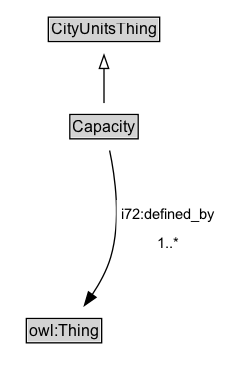
ISO-TC204/ontology-cdm-p1-v1 keeps this Graphviz diagram as docs/diagrams/Capacity.dot.png. Above is the earlier version. Its source is kept beside it as docs/diagrams/Capacity.dot. Source of this version:
```dot
digraph {
	graph [overlap=false rankdir=TB splines=true]
	node [fontname=Arial fontsize=12 margin=0 shape=none]
	edge [fontname=Arial fontsize=11]
	{
		rank=source
		CityUnitsThing [label=<<TABLE BORDER="1" CELLBORDER="0" CELLSPACING="0" CELLPADDING="1"><TR><TD BGCOLOR="lightgray" ALIGN="CENTER">CityUnitsThing</TD></TR></TABLE>> URL="../CityUnitsThing" margin=0]
	}
	Capacity [label=<<TABLE BORDER="1" CELLBORDER="0" CELLSPACING="0" CELLPADDING="1"><TR><TD BGCOLOR="lightgray" ALIGN="CENTER">Capacity</TD></TR></TABLE>> URL="../Capacity" margin=0]
	{
		rank=max
	}
	subgraph cluster_associated {
		label="" style=invis
		Invis [label=<<TABLE BORDER="0" CELLBORDER="0" CELLSPACING="0" CELLPADDING="1"><TR><TD></TD></TR></TABLE>> margin=0 style=invis]
		owl_Thing [label=<<TABLE BORDER="1" CELLBORDER="0" CELLSPACING="0" CELLPADDING="1"><TR><TD BGCOLOR="lightgray" ALIGN="CENTER">owl:Thing</TD></TR></TABLE>> URL="https://w3id.org/citydata/imported/owl/latest/Thing" margin=0]
	}
	Capacity -> CityUnitsThing [arrowhead=onormal style=solid]
	Capacity -> Invis [style=invis]
	Invis -> owl_Thing [style=invis]
	owl_Thing [label=<<TABLE BORDER="1" CELLBORDER="0" CELLSPACING="0" CELLPADDING="1"><TR><TD BGCOLOR="lightgray" ALIGN="CENTER">owl:Thing</TD></TR></TABLE>> URL="https://w3id.org/citydata/imported/owl/latest/Thing" margin=0]
	Capacity -> owl_Thing [label=<<TABLE BORDER="0" CELLBORDER="0" CELLSPACING="0" CELLPADDING="4" BGCOLOR="white"><TR><TD ALIGN="CENTER">i72:defined_by</TD></TR><TR><TD ALIGN="CENTER">1..*</TD></TR></TABLE>> arrowhead=normal style=solid]
}
```
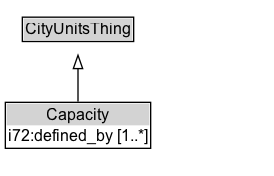
After the commit.

What changed in the source:
```diff
@@ -6,18 +6,13 @@
 		rank=source
 		CityUnitsThing [label=<<TABLE BORDER="1" CELLBORDER="0" CELLSPACING="0" CELLPADDING="1"><TR><TD BGCOLOR="lightgray" ALIGN="CENTER">CityUnitsThing</TD></TR></TABLE>> URL="../CityUnitsThing" margin=0]
 	}
-	Capacity [label=<<TABLE BORDER="1" CELLBORDER="0" CELLSPACING="0" CELLPADDING="1"><TR><TD BGCOLOR="lightgray" ALIGN="CENTER">Capacity</TD></TR></TABLE>> URL="../Capacity" margin=0]
+	Capacity [label=<<TABLE BORDER="1" CELLBORDER="0" CELLSPACING="0" CELLPADDING="1"><TR><TD BGCOLOR="lightgray" ALIGN="CENTER">Capacity</TD></TR><TR><TD ALIGN="LEFT">i72:defined_by [1..*]</TD></TR></TABLE>> URL="../Capacity" margin=0]
 	{
 		rank=max
 	}
 	subgraph cluster_associated {
 		label="" style=invis
 		Invis [label=<<TABLE BORDER="0" CELLBORDER="0" CELLSPACING="0" CELLPADDING="1"><TR><TD></TD></TR></TABLE>> margin=0 style=invis]
-		owl_Thing [label=<<TABLE BORDER="1" CELLBORDER="0" CELLSPACING="0" CELLPADDING="1"><TR><TD BGCOLOR="lightgray" ALIGN="CENTER">owl:Thing</TD></TR></TABLE>> URL="https://w3id.org/citydata/imported/owl/latest/Thing" margin=0]
 	}
 	Capacity -> CityUnitsThing [arrowhead=onormal style=solid]
-	Capacity -> Invis [style=invis]
-	Invis -> owl_Thing [style=invis]
-	owl_Thing [label=<<TABLE BORDER="1" CELLBORDER="0" CELLSPACING="0" CELLPADDING="1"><TR><TD BGCOLOR="lightgray" ALIGN="CENTER">owl:Thing</TD></TR></TABLE>> URL="https://w3id.org/citydata/imported/owl/latest/Thing" margin=0]
-	Capacity -> owl_Thing [label=<<TABLE BORDER="0" CELLBORDER="0" CELLSPACING="0" CELLPADDING="4" BGCOLOR="white"><TR><TD ALIGN="CENTER">i72:defined_by</TD></TR><TR><TD ALIGN="CENTER">1..*</TD></TR></TABLE>> arrowhead=normal style=solid]
 }
```
